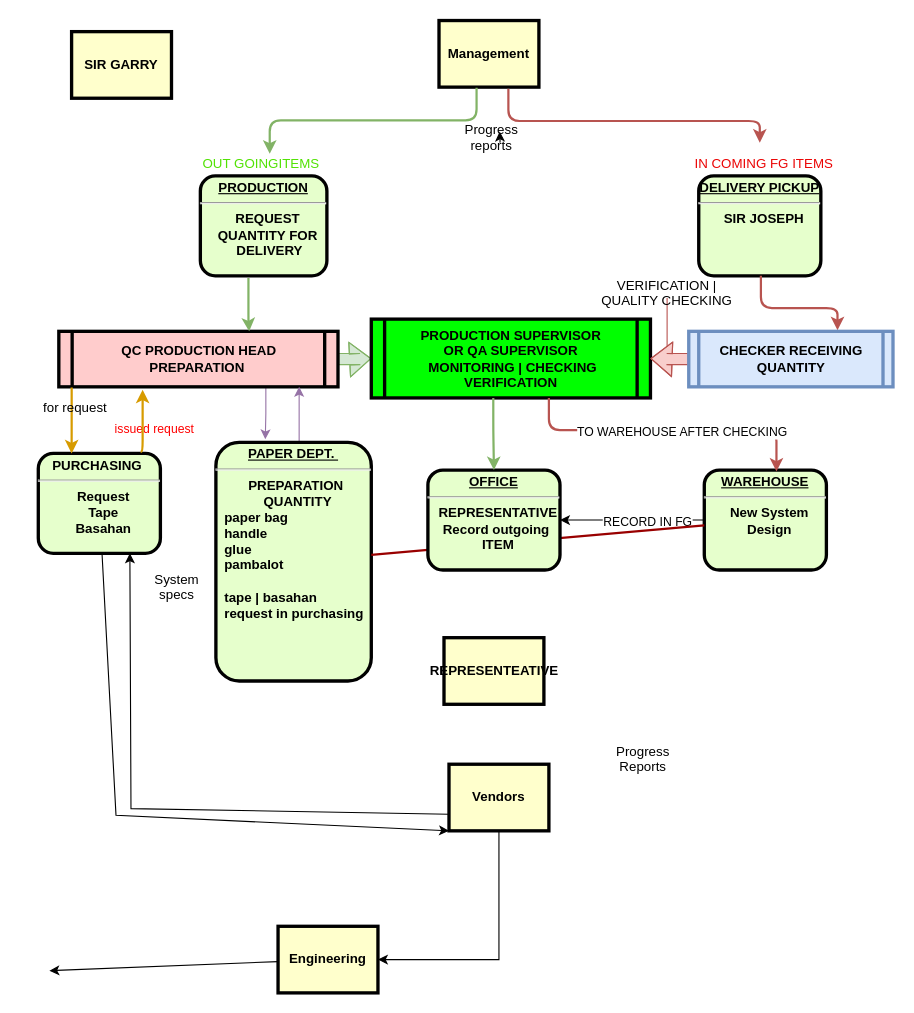
The draw.io diagram Untitled Diagram.drawio in r-dapsycobbsylbnt-8700/goit-markup-hw-01, before the edit. Source tidied: cells renumbered, new cells numbered last; positions are measured from the earlier drawing's top-left corner, leaving out a move shared by most shapes. Both pictures are drawn from the tidied source at 111%, with x=0, y=0 at pixel (38, 20).
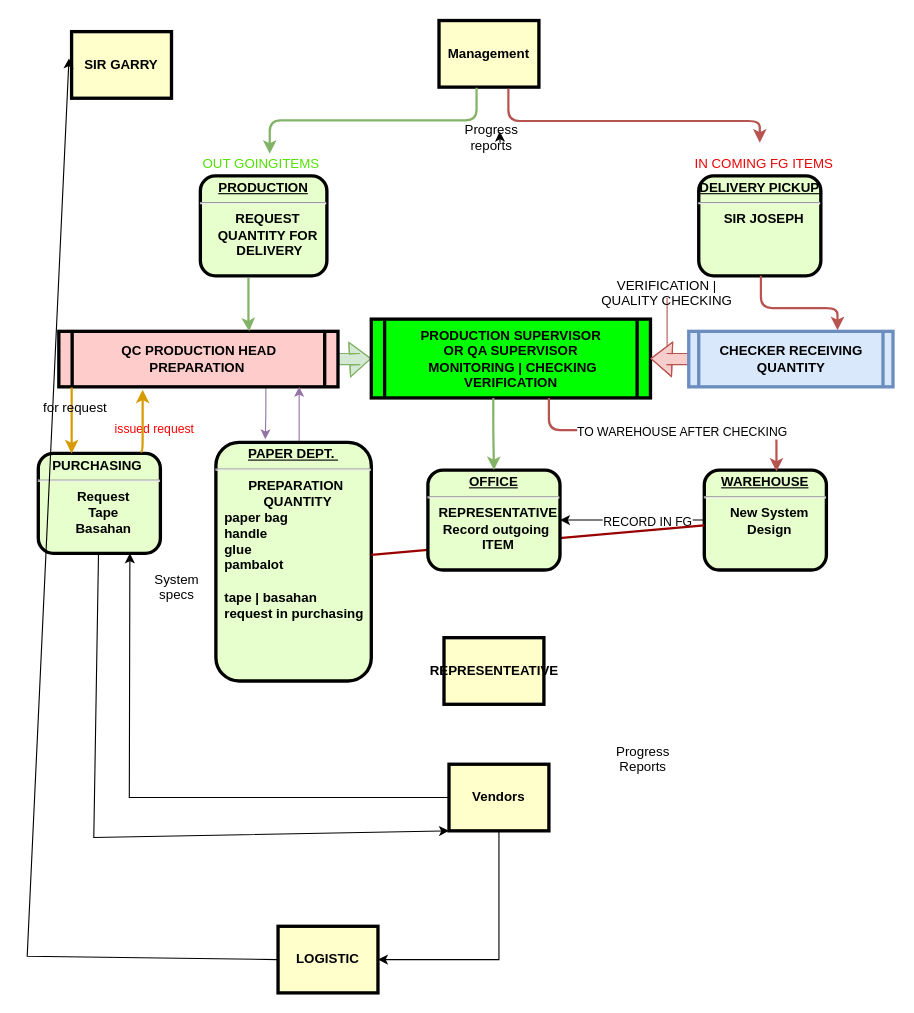
The same page after the edit.

The change refers to these unchanged cells:
```xml
<mxCell id="3" value="SIR GARRY" style="whiteSpace=wrap;align=center;verticalAlign=middle;fontStyle=1;strokeWidth=3;fillColor=#FFFFCC;" parent="1" vertex="1">
  <mxGeometry x="30" y="10" width="90" height="60" as="geometry" />
</mxCell>
<mxCell id="12" value="&lt;p style=&quot;margin: 4px 0px 0px; text-align: center;&quot;&gt;&lt;strong style=&quot;&quot;&gt;&lt;strong style=&quot;&quot;&gt;PURCHASING&amp;nbsp;&lt;/strong&gt;&lt;br&gt;&lt;/strong&gt;&lt;/p&gt;&lt;hr&gt;&lt;p style=&quot;margin: 0px; margin-left: 8px;&quot;&gt;Request&lt;/p&gt;&lt;p style=&quot;margin: 0px; margin-left: 8px;&quot;&gt;Tape&lt;/p&gt;&lt;p style=&quot;margin: 0px; margin-left: 8px;&quot;&gt;Basahan&lt;/p&gt;" style="verticalAlign=middle;align=center;overflow=fill;fontSize=12;fontFamily=Helvetica;html=1;rounded=1;fontStyle=1;strokeWidth=3;fillColor=#E6FFCC;" parent="1" vertex="1">
  <mxGeometry y="390" width="110" height="90" as="geometry" />
</mxCell>
<mxCell id="19" value="Vendors" style="whiteSpace=wrap;align=center;verticalAlign=middle;fontStyle=1;strokeWidth=3;fillColor=#FFFFCC;" parent="1" vertex="1">
  <mxGeometry x="370" y="670" width="90" height="60" as="geometry" />
</mxCell>
```

Change to the diagram source:
```diff
@@
     <mxCell id="11" style="edgeStyle=none;rounded=0;jettySize=auto;html=1;entryX=0;entryY=1;entryDx=0;entryDy=0;" parent="1" edge="1" source="12" target="19">
       <mxGeometry relative="1" as="geometry">
         <Array as="points">
-          <mxPoint x="70" y="716" />
+          <mxPoint x="50" y="736" />
         </Array>
       </mxGeometry>
     </mxCell>
@@
-    <mxCell id="15" style="edgeStyle=none;rounded=0;jettySize=auto;html=1;" parent="1" edge="1" source="16">
-      <mxGeometry relative="1" as="geometry">
-        <mxPoint x="10" y="856" as="targetPoint" />
-      </mxGeometry>
-    </mxCell>
+    <mxCell id="47" style="edgeStyle=none;rounded=0;jettySize=auto;html=1;entryX=-0.026;entryY=0.404;entryDx=0;entryDy=0;exitX=0;exitY=0.5;exitDx=0;exitDy=0;entryPerimeter=0;" parent="1" edge="1" source="16" target="3">
+      <mxGeometry relative="1" as="geometry">
+        <Array as="points">
+          <mxPoint x="-10" y="843" />
+        </Array>
+      </mxGeometry>
+    </mxCell>
-    <mxCell id="16" value="Engineering" style="whiteSpace=wrap;align=center;verticalAlign=middle;fontStyle=1;strokeWidth=3;fillColor=#FFFFCC;" parent="1" vertex="1">
+    <mxCell id="16" value="LOGISTIC" style="whiteSpace=wrap;align=center;verticalAlign=middle;fontStyle=1;strokeWidth=3;fillColor=#FFFFCC;" parent="1" vertex="1">
       <mxGeometry x="216" y="816" width="90" height="60" as="geometry" />
     </mxCell>
-    <mxCell id="17" style="edgeStyle=none;rounded=0;jettySize=auto;html=1;entryX=0.75;entryY=1;entryDx=0;entryDy=0;exitX=0;exitY=0.75;exitDx=0;exitDy=0;" parent="1" edge="1" source="19" target="12">
+    <mxCell id="17" style="edgeStyle=none;rounded=0;jettySize=auto;html=1;entryX=0.75;entryY=1;entryDx=0;entryDy=0;exitX=0;exitY=0.5;exitDx=0;exitDy=0;" parent="1" edge="1" source="19" target="12">
       <mxGeometry relative="1" as="geometry">
         <Array as="points">
-          <mxPoint x="83.5" y="710" />
+          <mxPoint x="230" y="700" />
+          <mxPoint x="82" y="700" />
         </Array>
       </mxGeometry>
     </mxCell>
```
